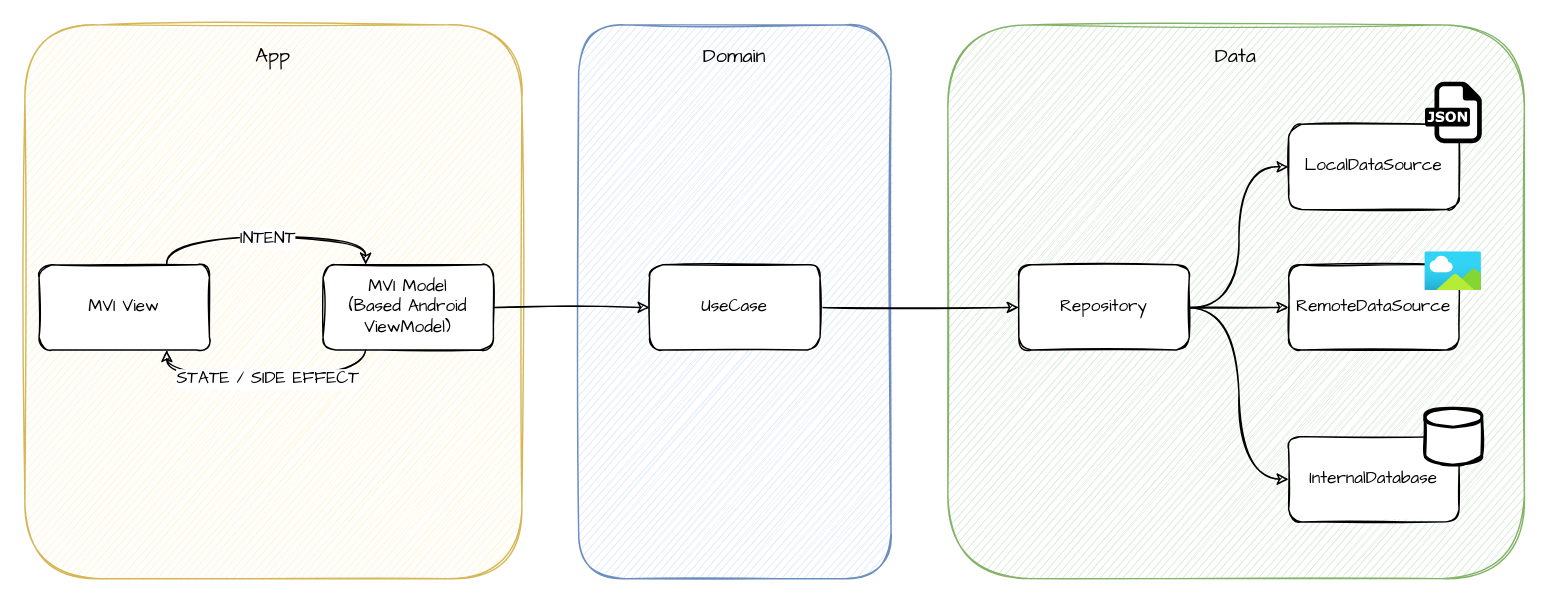
Earlier version of the draw.io diagram docs/architecture.drawio (kaleidot725/Jetpack-Compose-Orbit-MVI-Demo). Source tidied: cells renumbered, new cells numbered last; positions are measured from the earlier drawing's top-left corner, leaving out a move shared by most shapes. Both pictures are drawn from the tidied source at 142%, with x=0, y=0 at pixel (24, 24). Pictures stored in the file or linked from it are replaced by grey dashed boxes.
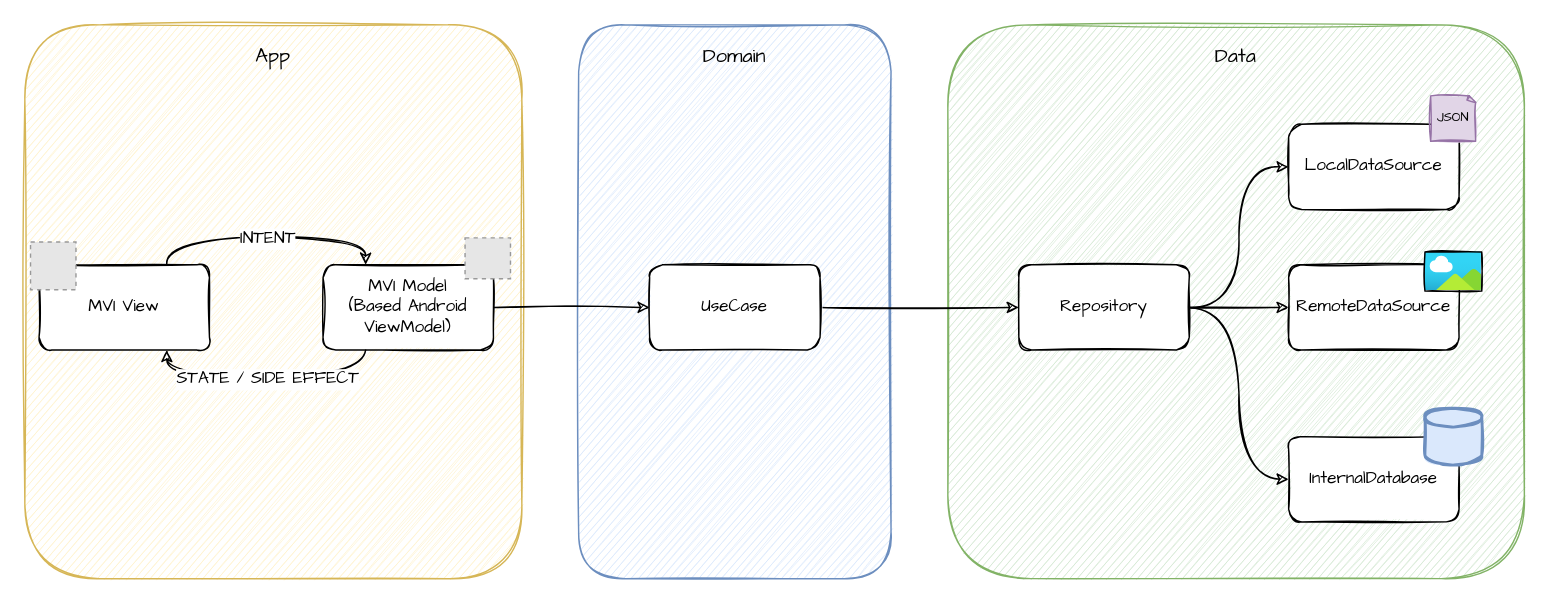
The same page after the edit.

Diff of the diagram source:
```diff
@@
-    <mxCell id="17" style="dashed=0;html=1;align=center;labelPosition=center;verticalLabelPosition=bottom;verticalAlign=top;shape=mxgraph.weblogos.json;fontSize=9;fontFamily=Comic Sans MS;" parent="1" vertex="1">
-      <mxGeometry x="986" y="40" width="40" height="43.3" as="geometry" />
-    </mxCell>
-    <mxCell id="18" style="html=1;align=center;image;fontSize=12;image=img/lib/azure2/general/Image.svg;rounded=1;sketch=1;gradientColor=none;fontFamily=Comic Sans MS;" parent="1" vertex="1">
+    <mxCell id="18" style="html=1;align=center;image;fontSize=12;image=img/lib/azure2/general/Image.svg;rounded=1;sketch=1;gradientColor=none;fontFamily=Comic Sans MS;imageBorder=default;" parent="1" vertex="1">
       <mxGeometry x="986" y="160" width="40" height="27.5" as="geometry" />
     </mxCell>
-    <mxCell id="19" style="strokeWidth=2;html=1;shape=mxgraph.flowchart.database;whiteSpace=wrap;rounded=1;sketch=1;fontSize=9;gradientColor=none;fontFamily=Comic Sans MS;" parent="1" vertex="1">
+    <mxCell id="19" style="strokeWidth=2;html=1;shape=mxgraph.flowchart.database;whiteSpace=wrap;rounded=1;sketch=1;fontSize=9;fontFamily=Comic Sans MS;fillStyle=solid;fillColor=#dae8fc;strokeColor=#6c8ebf;" parent="1" vertex="1">
       <mxGeometry x="986" y="270" width="40" height="40" as="geometry" />
     </mxCell>
@@
+    <mxCell id="24" style="fillColor=#E6E6E6;strokeColor=#999999;dashed=1;verticalLabelPosition=bottom;labelBackgroundColor=default;verticalAlign=top;" parent="1" vertex="1">
+      <mxGeometry x="310" y="150" width="32" height="28.8" as="geometry" />
+    </mxCell>
+    <mxCell id="25" style="fillColor=#E6E6E6;strokeColor=#999999;dashed=1;verticalLabelPosition=bottom;labelBackgroundColor=default;verticalAlign=top;" parent="1" vertex="1">
+      <mxGeometry x="4" y="152.9" width="32" height="33.6" as="geometry" />
+    </mxCell>
+    <mxCell id="26" value="JSON" style="whiteSpace=wrap;html=1;shape=mxgraph.basic.document;rounded=1;sketch=1;fontFamily=Comic Sans MS;fontSize=9;fillColor=#e1d5e7;strokeColor=#9673a6;fillStyle=solid;" parent="1" vertex="1">
+      <mxGeometry x="990" y="50" width="32" height="32" as="geometry" />
+    </mxCell>
```
